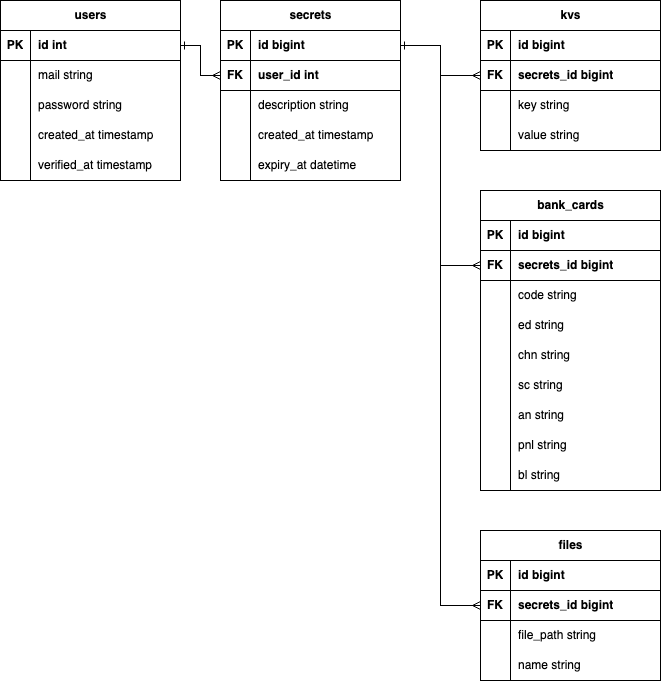
The draw.io diagram docs/images/db-structure.drawio.png in jbakhtin/goph-keeper, before a commit. Source tidied: cells renumbered, new cells last; positions are measured from the earlier drawing's top-left corner, leaving out a move shared by most shapes.
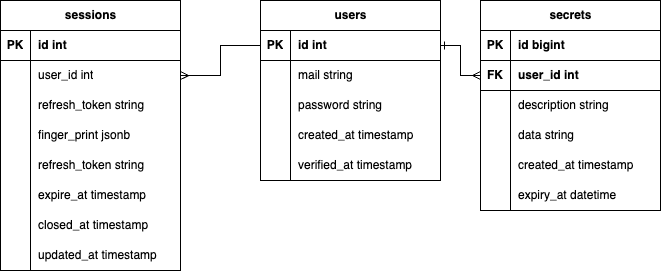
Above is the later version.

What changed in the source:
```diff
@@ -56,3 +56,3 @@
     <mxCell id="19" value="secrets" style="shape=table;startSize=30;rowLines=0;fontStyle=1;align=center;html=1;" parent="1" vertex="1">
-      <mxGeometry x="220" width="180" height="180" as="geometry" />
+      <mxGeometry x="220" width="180" height="210" as="geometry" />
     </mxCell>
@@ -82,7 +82,16 @@
     </mxCell>
-    <mxCell id="28" value="description&amp;nbsp;string" style="shape=partialRectangle;fillColor=none;top=0;left=0;bottom=0;right=0;align=left;spacingLeft=6;overflow=hidden;whiteSpace=wrap;html=1;" parent="26" vertex="1">
+    <mxCell id="28" value="description string" style="shape=partialRectangle;fillColor=none;top=0;left=0;bottom=0;right=0;align=left;spacingLeft=6;overflow=hidden;whiteSpace=wrap;html=1;" parent="26" vertex="1">
       <mxGeometry x="30" width="150" height="30" as="geometry" />
     </mxCell>
+    <mxCell id="92" style="shape=tableRow;horizontal=0;startSize=0;swimlaneHead=0;swimlaneBody=0;fillColor=none;top=0;left=0;right=0;bottom=0;" parent="19" vertex="1">
+      <mxGeometry y="120" width="180" height="30" as="geometry" />
+    </mxCell>
+    <mxCell id="93" style="shape=partialRectangle;fillColor=none;top=0;left=0;bottom=0;right=0;overflow=hidden;whiteSpace=wrap;html=1;" parent="92" vertex="1">
+      <mxGeometry width="30" height="30" as="geometry" />
+    </mxCell>
+    <mxCell id="94" value="data string" style="shape=partialRectangle;fillColor=none;top=0;left=0;bottom=0;right=0;align=left;spacingLeft=6;overflow=hidden;whiteSpace=wrap;html=1;" parent="92" vertex="1">
+      <mxGeometry x="30" width="150" height="30" as="geometry" />
+    </mxCell>
     <mxCell id="29" style="shape=tableRow;horizontal=0;startSize=0;swimlaneHead=0;swimlaneBody=0;fillColor=none;top=0;left=0;right=0;bottom=0;" parent="19" vertex="1">
-      <mxGeometry y="120" width="180" height="30" as="geometry" />
+      <mxGeometry y="150" width="180" height="30" as="geometry" />
     </mxCell>
@@ -95,3 +104,3 @@
     <mxCell id="32" style="shape=tableRow;horizontal=0;startSize=0;swimlaneHead=0;swimlaneBody=0;fillColor=none;top=0;left=0;right=0;bottom=0;" parent="19" vertex="1">
-      <mxGeometry y="150" width="180" height="30" as="geometry" />
+      <mxGeometry y="180" width="180" height="30" as="geometry" />
     </mxCell>
@@ -103,173 +112,80 @@
     </mxCell>
-    <mxCell id="35" value="kvs" style="shape=table;startSize=30;rowLines=0;fontStyle=1;align=center;html=1;" parent="1" vertex="1">
-      <mxGeometry x="480" width="180" height="150" as="geometry" />
-    </mxCell>
-    <mxCell id="36" style="shape=tableRow;horizontal=0;startSize=0;swimlaneHead=0;swimlaneBody=0;fillColor=none;top=0;left=0;right=0;bottom=1;" parent="35" vertex="1">
-      <mxGeometry y="30" width="180" height="30" as="geometry" />
-    </mxCell>
-    <mxCell id="37" value="PK" style="shape=partialRectangle;fillColor=none;top=0;left=0;bottom=0;right=0;fontStyle=1;overflow=hidden;whiteSpace=wrap;html=1;" parent="36" vertex="1">
-      <mxGeometry width="30" height="30" as="geometry" />
-    </mxCell>
-    <mxCell id="38" value="id bigint" style="shape=partialRectangle;fillColor=none;top=0;left=0;bottom=0;right=0;align=left;spacingLeft=6;fontStyle=1;overflow=hidden;whiteSpace=wrap;html=1;strokeColor=default;" parent="36" vertex="1">
-      <mxGeometry x="30" width="150" height="30" as="geometry" />
-    </mxCell>
-    <mxCell id="39" style="shape=tableRow;horizontal=0;startSize=0;swimlaneHead=0;swimlaneBody=0;fillColor=none;points=[[0,0.5],[1,0.5]];portConstraint=eastwest;top=0;left=0;right=0;bottom=1;" parent="35" vertex="1">
-      <mxGeometry y="60" width="180" height="30" as="geometry" />
-    </mxCell>
-    <mxCell id="40" value="FK" style="shape=partialRectangle;fillColor=none;top=0;left=0;bottom=0;right=0;fontStyle=1;overflow=hidden;whiteSpace=wrap;html=1;" parent="39" vertex="1">
-      <mxGeometry width="30" height="30" as="geometry" />
-    </mxCell>
-    <mxCell id="41" value="secrets_id bigint" style="shape=partialRectangle;fillColor=none;top=0;left=0;bottom=0;right=0;align=left;spacingLeft=6;fontStyle=1;overflow=hidden;whiteSpace=wrap;html=1;" parent="39" vertex="1">
-      <mxGeometry x="30" width="150" height="30" as="geometry" />
-    </mxCell>
-    <mxCell id="42" style="shape=tableRow;horizontal=0;startSize=0;swimlaneHead=0;swimlaneBody=0;fillColor=none;top=0;left=0;right=0;bottom=0;" parent="35" vertex="1">
-      <mxGeometry y="90" width="180" height="30" as="geometry" />
-    </mxCell>
-    <mxCell id="43" style="shape=partialRectangle;fillColor=none;top=0;left=0;bottom=0;right=0;overflow=hidden;whiteSpace=wrap;html=1;" parent="42" vertex="1">
-      <mxGeometry width="30" height="30" as="geometry" />
-    </mxCell>
-    <mxCell id="44" value="key string" style="shape=partialRectangle;fillColor=none;top=0;left=0;bottom=0;right=0;align=left;spacingLeft=6;overflow=hidden;whiteSpace=wrap;html=1;" parent="42" vertex="1">
-      <mxGeometry x="30" width="150" height="30" as="geometry" />
-    </mxCell>
-    <mxCell id="45" style="shape=tableRow;horizontal=0;startSize=0;swimlaneHead=0;swimlaneBody=0;fillColor=none;top=0;left=0;right=0;bottom=0;" parent="35" vertex="1">
-      <mxGeometry y="120" width="180" height="30" as="geometry" />
-    </mxCell>
-    <mxCell id="46" style="shape=partialRectangle;fillColor=none;top=0;left=0;bottom=0;right=0;overflow=hidden;whiteSpace=wrap;html=1;" parent="45" vertex="1">
-      <mxGeometry width="30" height="30" as="geometry" />
-    </mxCell>
-    <mxCell id="47" value="value string" style="shape=partialRectangle;fillColor=none;top=0;left=0;bottom=0;right=0;align=left;spacingLeft=6;overflow=hidden;whiteSpace=wrap;html=1;" parent="45" vertex="1">
-      <mxGeometry x="30" width="150" height="30" as="geometry" />
-    </mxCell>
-    <mxCell id="48" value="bank_cards" style="shape=table;startSize=30;rowLines=0;fontStyle=1;align=center;html=1;" parent="1" vertex="1">
-      <mxGeometry x="480" y="190" width="180" height="300" as="geometry" />
-    </mxCell>
-    <mxCell id="49" style="shape=tableRow;horizontal=0;startSize=0;swimlaneHead=0;swimlaneBody=0;fillColor=none;top=0;left=0;right=0;bottom=1;" parent="48" vertex="1">
-      <mxGeometry y="30" width="180" height="30" as="geometry" />
-    </mxCell>
-    <mxCell id="50" value="PK" style="shape=partialRectangle;fillColor=none;top=0;left=0;bottom=0;right=0;fontStyle=1;overflow=hidden;whiteSpace=wrap;html=1;" parent="49" vertex="1">
-      <mxGeometry width="30" height="30" as="geometry" />
-    </mxCell>
-    <mxCell id="51" value="id bigint" style="shape=partialRectangle;fillColor=none;top=0;left=0;bottom=0;right=0;align=left;spacingLeft=6;fontStyle=1;overflow=hidden;whiteSpace=wrap;html=1;strokeColor=default;" parent="49" vertex="1">
-      <mxGeometry x="30" width="150" height="30" as="geometry" />
-    </mxCell>
-    <mxCell id="52" style="shape=tableRow;horizontal=0;startSize=0;swimlaneHead=0;swimlaneBody=0;fillColor=none;points=[[0,0.5],[1,0.5]];portConstraint=eastwest;top=0;left=0;right=0;bottom=1;" parent="48" vertex="1">
-      <mxGeometry y="60" width="180" height="30" as="geometry" />
-    </mxCell>
-    <mxCell id="53" value="FK" style="shape=partialRectangle;fillColor=none;top=0;left=0;bottom=0;right=0;fontStyle=1;overflow=hidden;whiteSpace=wrap;html=1;" parent="52" vertex="1">
-      <mxGeometry width="30" height="30" as="geometry" />
-    </mxCell>
-    <mxCell id="54" value="secrets_id bigint" style="shape=partialRectangle;fillColor=none;top=0;left=0;bottom=0;right=0;align=left;spacingLeft=6;fontStyle=1;overflow=hidden;whiteSpace=wrap;html=1;" parent="52" vertex="1">
-      <mxGeometry x="30" width="150" height="30" as="geometry" />
-    </mxCell>
-    <mxCell id="55" style="shape=tableRow;horizontal=0;startSize=0;swimlaneHead=0;swimlaneBody=0;fillColor=none;top=0;left=0;right=0;bottom=0;" parent="48" vertex="1">
-      <mxGeometry y="90" width="180" height="30" as="geometry" />
-    </mxCell>
-    <mxCell id="56" style="shape=partialRectangle;fillColor=none;top=0;left=0;bottom=0;right=0;overflow=hidden;whiteSpace=wrap;html=1;" parent="55" vertex="1">
-      <mxGeometry width="30" height="30" as="geometry" />
-    </mxCell>
-    <mxCell id="57" value="code&amp;nbsp;string" style="shape=partialRectangle;fillColor=none;top=0;left=0;bottom=0;right=0;align=left;spacingLeft=6;overflow=hidden;whiteSpace=wrap;html=1;" parent="55" vertex="1">
-      <mxGeometry x="30" width="150" height="30" as="geometry" />
-    </mxCell>
-    <mxCell id="58" style="shape=tableRow;horizontal=0;startSize=0;swimlaneHead=0;swimlaneBody=0;fillColor=none;top=0;left=0;right=0;bottom=0;" parent="48" vertex="1">
-      <mxGeometry y="120" width="180" height="30" as="geometry" />
-    </mxCell>
-    <mxCell id="59" style="shape=partialRectangle;fillColor=none;top=0;left=0;bottom=0;right=0;overflow=hidden;whiteSpace=wrap;html=1;" parent="58" vertex="1">
-      <mxGeometry width="30" height="30" as="geometry" />
-    </mxCell>
-    <mxCell id="60" value="ed string" style="shape=partialRectangle;fillColor=none;top=0;left=0;bottom=0;right=0;align=left;spacingLeft=6;overflow=hidden;whiteSpace=wrap;html=1;" parent="58" vertex="1">
-      <mxGeometry x="30" width="150" height="30" as="geometry" />
-    </mxCell>
+    <mxCell id="95" value="sessions" style="shape=table;startSize=30;rowLines=0;fontStyle=1;align=center;html=1;" parent="1" vertex="1">
+      <mxGeometry x="-260" width="180" height="270" as="geometry" />
+    </mxCell>
+    <mxCell id="96" style="shape=tableRow;horizontal=0;startSize=0;swimlaneHead=0;swimlaneBody=0;fillColor=none;top=0;left=0;right=0;bottom=1;" parent="95" vertex="1">
+      <mxGeometry y="30" width="180" height="30" as="geometry" />
+    </mxCell>
+    <mxCell id="97" value="PK" style="shape=partialRectangle;fillColor=none;top=0;left=0;bottom=0;right=0;fontStyle=1;overflow=hidden;whiteSpace=wrap;html=1;" parent="96" vertex="1">
+      <mxGeometry width="30" height="30" as="geometry" />
+    </mxCell>
+    <mxCell id="98" value="id int" style="shape=partialRectangle;fillColor=none;top=0;left=0;bottom=0;right=0;align=left;spacingLeft=6;fontStyle=1;overflow=hidden;whiteSpace=wrap;html=1;" parent="96" vertex="1">
+      <mxGeometry x="30" width="150" height="30" as="geometry" />
+    </mxCell>
+    <mxCell id="99" style="shape=tableRow;horizontal=0;startSize=0;swimlaneHead=0;swimlaneBody=0;fillColor=none;points=[[0,0.5],[1,0.5]];portConstraint=eastwest;top=0;left=0;right=0;bottom=0;" parent="95" vertex="1">
+      <mxGeometry y="60" width="180" height="30" as="geometry" />
+    </mxCell>
+    <mxCell id="100" style="shape=partialRectangle;fillColor=none;top=0;left=0;bottom=0;right=0;overflow=hidden;whiteSpace=wrap;html=1;" parent="99" vertex="1">
+      <mxGeometry width="30" height="30" as="geometry" />
+    </mxCell>
+    <mxCell id="101" value="user_id&amp;nbsp;int" style="shape=partialRectangle;fillColor=none;top=0;left=0;bottom=0;right=0;align=left;spacingLeft=6;overflow=hidden;whiteSpace=wrap;html=1;" parent="99" vertex="1">
+      <mxGeometry x="30" width="150" height="30" as="geometry" />
+    </mxCell>
+    <mxCell id="102" style="shape=tableRow;horizontal=0;startSize=0;swimlaneHead=0;swimlaneBody=0;fillColor=none;top=0;left=0;right=0;bottom=0;" parent="95" vertex="1">
+      <mxGeometry y="90" width="180" height="30" as="geometry" />
+    </mxCell>
+    <mxCell id="103" style="shape=partialRectangle;fillColor=none;top=0;left=0;bottom=0;right=0;overflow=hidden;whiteSpace=wrap;html=1;" parent="102" vertex="1">
+      <mxGeometry width="30" height="30" as="geometry" />
+    </mxCell>
+    <mxCell id="104" value="refresh_token string" style="shape=partialRectangle;fillColor=none;top=0;left=0;bottom=0;right=0;align=left;spacingLeft=6;overflow=hidden;whiteSpace=wrap;html=1;" parent="102" vertex="1">
+      <mxGeometry x="30" width="150" height="30" as="geometry" />
+    </mxCell>
+    <mxCell id="105" style="shape=tableRow;horizontal=0;startSize=0;swimlaneHead=0;swimlaneBody=0;fillColor=none;top=0;left=0;right=0;bottom=0;" parent="95" vertex="1">
+      <mxGeometry y="120" width="180" height="30" as="geometry" />
+    </mxCell>
+    <mxCell id="106" style="shape=partialRectangle;fillColor=none;top=0;left=0;bottom=0;right=0;overflow=hidden;whiteSpace=wrap;html=1;" parent="105" vertex="1">
+      <mxGeometry width="30" height="30" as="geometry" />
+    </mxCell>
+    <mxCell id="107" value="finger_print jsonb" style="shape=partialRectangle;fillColor=none;top=0;left=0;bottom=0;right=0;align=left;spacingLeft=6;overflow=hidden;whiteSpace=wrap;html=1;" parent="105" vertex="1">
+      <mxGeometry x="30" width="150" height="30" as="geometry" />
+    </mxCell>
-    <mxCell id="61" style="shape=tableRow;horizontal=0;startSize=0;swimlaneHead=0;swimlaneBody=0;fillColor=none;top=0;left=0;right=0;bottom=0;" parent="48" vertex="1">
+    <mxCell id="61" style="shape=tableRow;horizontal=0;startSize=0;swimlaneHead=0;swimlaneBody=0;fillColor=none;top=0;left=0;right=0;bottom=0;" parent="95" vertex="1">
       <mxGeometry y="150" width="180" height="30" as="geometry" />
     </mxCell>
-    <mxCell id="62" style="shape=partialRectangle;fillColor=none;top=0;left=0;bottom=0;right=0;overflow=hidden;whiteSpace=wrap;html=1;" parent="61" vertex="1">
-      <mxGeometry width="30" height="30" as="geometry" />
-    </mxCell>
-    <mxCell id="63" value="chn string" style="shape=partialRectangle;fillColor=none;top=0;left=0;bottom=0;right=0;align=left;spacingLeft=6;overflow=hidden;whiteSpace=wrap;html=1;" parent="61" vertex="1">
-      <mxGeometry x="30" width="150" height="30" as="geometry" />
-    </mxCell>
+    <mxCell id="108" style="shape=partialRectangle;fillColor=none;top=0;left=0;bottom=0;right=0;overflow=hidden;whiteSpace=wrap;html=1;" parent="61" vertex="1">
+      <mxGeometry width="30" height="30" as="geometry" />
+    </mxCell>
+    <mxCell id="109" value="refresh_token string" style="shape=partialRectangle;fillColor=none;top=0;left=0;bottom=0;right=0;align=left;spacingLeft=6;overflow=hidden;whiteSpace=wrap;html=1;" parent="61" vertex="1">
+      <mxGeometry x="30" width="150" height="30" as="geometry" />
+    </mxCell>
-    <mxCell id="64" style="shape=tableRow;horizontal=0;startSize=0;swimlaneHead=0;swimlaneBody=0;fillColor=none;top=0;left=0;right=0;bottom=0;" parent="48" vertex="1">
+    <mxCell id="64" style="shape=tableRow;horizontal=0;startSize=0;swimlaneHead=0;swimlaneBody=0;fillColor=none;top=0;left=0;right=0;bottom=0;" parent="95" vertex="1">
       <mxGeometry y="180" width="180" height="30" as="geometry" />
     </mxCell>
-    <mxCell id="65" style="shape=partialRectangle;fillColor=none;top=0;left=0;bottom=0;right=0;overflow=hidden;whiteSpace=wrap;html=1;" parent="64" vertex="1">
-      <mxGeometry width="30" height="30" as="geometry" />
-    </mxCell>
-    <mxCell id="66" value="sc string" style="shape=partialRectangle;fillColor=none;top=0;left=0;bottom=0;right=0;align=left;spacingLeft=6;overflow=hidden;whiteSpace=wrap;html=1;" parent="64" vertex="1">
-      <mxGeometry x="30" width="150" height="30" as="geometry" />
-    </mxCell>
+    <mxCell id="110" style="shape=partialRectangle;fillColor=none;top=0;left=0;bottom=0;right=0;overflow=hidden;whiteSpace=wrap;html=1;" parent="64" vertex="1">
+      <mxGeometry width="30" height="30" as="geometry" />
+    </mxCell>
+    <mxCell id="111" value="expire_at&amp;nbsp;timestamp" style="shape=partialRectangle;fillColor=none;top=0;left=0;bottom=0;right=0;align=left;spacingLeft=6;overflow=hidden;whiteSpace=wrap;html=1;" parent="64" vertex="1">
+      <mxGeometry x="30" width="150" height="30" as="geometry" />
+    </mxCell>
-    <mxCell id="67" style="shape=tableRow;horizontal=0;startSize=0;swimlaneHead=0;swimlaneBody=0;fillColor=none;top=0;left=0;right=0;bottom=0;" parent="48" vertex="1">
+    <mxCell id="67" style="shape=tableRow;horizontal=0;startSize=0;swimlaneHead=0;swimlaneBody=0;fillColor=none;top=0;left=0;right=0;bottom=0;" parent="95" vertex="1">
       <mxGeometry y="210" width="180" height="30" as="geometry" />
     </mxCell>
-    <mxCell id="68" style="shape=partialRectangle;fillColor=none;top=0;left=0;bottom=0;right=0;overflow=hidden;whiteSpace=wrap;html=1;" parent="67" vertex="1">
-      <mxGeometry width="30" height="30" as="geometry" />
-    </mxCell>
-    <mxCell id="69" value="an string" style="shape=partialRectangle;fillColor=none;top=0;left=0;bottom=0;right=0;align=left;spacingLeft=6;overflow=hidden;whiteSpace=wrap;html=1;" parent="67" vertex="1">
-      <mxGeometry x="30" width="150" height="30" as="geometry" />
-    </mxCell>
+    <mxCell id="112" style="shape=partialRectangle;fillColor=none;top=0;left=0;bottom=0;right=0;overflow=hidden;whiteSpace=wrap;html=1;" parent="67" vertex="1">
+      <mxGeometry width="30" height="30" as="geometry" />
+    </mxCell>
+    <mxCell id="113" value="closed_at timestamp" style="shape=partialRectangle;fillColor=none;top=0;left=0;bottom=0;right=0;align=left;spacingLeft=6;overflow=hidden;whiteSpace=wrap;html=1;" parent="67" vertex="1">
+      <mxGeometry x="30" width="150" height="30" as="geometry" />
+    </mxCell>
-    <mxCell id="70" style="shape=tableRow;horizontal=0;startSize=0;swimlaneHead=0;swimlaneBody=0;fillColor=none;top=0;left=0;right=0;bottom=0;" parent="48" vertex="1">
+    <mxCell id="70" style="shape=tableRow;horizontal=0;startSize=0;swimlaneHead=0;swimlaneBody=0;fillColor=none;top=0;left=0;right=0;bottom=0;" parent="95" vertex="1">
       <mxGeometry y="240" width="180" height="30" as="geometry" />
     </mxCell>
-    <mxCell id="71" style="shape=partialRectangle;fillColor=none;top=0;left=0;bottom=0;right=0;overflow=hidden;whiteSpace=wrap;html=1;" parent="70" vertex="1">
-      <mxGeometry width="30" height="30" as="geometry" />
-    </mxCell>
-    <mxCell id="72" value="pnl string" style="shape=partialRectangle;fillColor=none;top=0;left=0;bottom=0;right=0;align=left;spacingLeft=6;overflow=hidden;whiteSpace=wrap;html=1;" parent="70" vertex="1">
-      <mxGeometry x="30" width="150" height="30" as="geometry" />
-    </mxCell>
-    <mxCell id="73" style="shape=tableRow;horizontal=0;startSize=0;swimlaneHead=0;swimlaneBody=0;fillColor=none;top=0;left=0;right=0;bottom=0;" parent="48" vertex="1">
-      <mxGeometry y="270" width="180" height="30" as="geometry" />
-    </mxCell>
-    <mxCell id="74" style="shape=partialRectangle;fillColor=none;top=0;left=0;bottom=0;right=0;overflow=hidden;whiteSpace=wrap;html=1;" parent="73" vertex="1">
-      <mxGeometry width="30" height="30" as="geometry" />
-    </mxCell>
-    <mxCell id="75" value="bl string" style="shape=partialRectangle;fillColor=none;top=0;left=0;bottom=0;right=0;align=left;spacingLeft=6;overflow=hidden;whiteSpace=wrap;html=1;" parent="73" vertex="1">
-      <mxGeometry x="30" width="150" height="30" as="geometry" />
-    </mxCell>
-    <mxCell id="76" value="files" style="shape=table;startSize=30;rowLines=0;fontStyle=1;align=center;html=1;" parent="1" vertex="1">
-      <mxGeometry x="480" y="530" width="180" height="150" as="geometry" />
-    </mxCell>
-    <mxCell id="77" style="shape=tableRow;horizontal=0;startSize=0;swimlaneHead=0;swimlaneBody=0;fillColor=none;top=0;left=0;right=0;bottom=1;" parent="76" vertex="1">
-      <mxGeometry y="30" width="180" height="30" as="geometry" />
-    </mxCell>
-    <mxCell id="78" value="PK" style="shape=partialRectangle;fillColor=none;top=0;left=0;bottom=0;right=0;fontStyle=1;overflow=hidden;whiteSpace=wrap;html=1;" parent="77" vertex="1">
-      <mxGeometry width="30" height="30" as="geometry" />
-    </mxCell>
-    <mxCell id="79" value="id bigint" style="shape=partialRectangle;fillColor=none;top=0;left=0;bottom=0;right=0;align=left;spacingLeft=6;fontStyle=1;overflow=hidden;whiteSpace=wrap;html=1;strokeColor=default;" parent="77" vertex="1">
-      <mxGeometry x="30" width="150" height="30" as="geometry" />
-    </mxCell>
-    <mxCell id="80" style="shape=tableRow;horizontal=0;startSize=0;swimlaneHead=0;swimlaneBody=0;fillColor=none;points=[[0,0.5],[1,0.5]];portConstraint=eastwest;top=0;left=0;right=0;bottom=1;" parent="76" vertex="1">
-      <mxGeometry y="60" width="180" height="30" as="geometry" />
-    </mxCell>
-    <mxCell id="81" value="FK" style="shape=partialRectangle;fillColor=none;top=0;left=0;bottom=0;right=0;fontStyle=1;overflow=hidden;whiteSpace=wrap;html=1;" parent="80" vertex="1">
-      <mxGeometry width="30" height="30" as="geometry" />
-    </mxCell>
-    <mxCell id="82" value="secrets_id bigint" style="shape=partialRectangle;fillColor=none;top=0;left=0;bottom=0;right=0;align=left;spacingLeft=6;fontStyle=1;overflow=hidden;whiteSpace=wrap;html=1;" parent="80" vertex="1">
-      <mxGeometry x="30" width="150" height="30" as="geometry" />
-    </mxCell>
-    <mxCell id="83" style="shape=tableRow;horizontal=0;startSize=0;swimlaneHead=0;swimlaneBody=0;fillColor=none;top=0;left=0;right=0;bottom=0;" parent="76" vertex="1">
-      <mxGeometry y="90" width="180" height="30" as="geometry" />
-    </mxCell>
-    <mxCell id="84" style="shape=partialRectangle;fillColor=none;top=0;left=0;bottom=0;right=0;overflow=hidden;whiteSpace=wrap;html=1;" parent="83" vertex="1">
-      <mxGeometry width="30" height="30" as="geometry" />
-    </mxCell>
-    <mxCell id="85" value="file_path string" style="shape=partialRectangle;fillColor=none;top=0;left=0;bottom=0;right=0;align=left;spacingLeft=6;overflow=hidden;whiteSpace=wrap;html=1;" parent="83" vertex="1">
-      <mxGeometry x="30" width="150" height="30" as="geometry" />
-    </mxCell>
-    <mxCell id="86" style="shape=tableRow;horizontal=0;startSize=0;swimlaneHead=0;swimlaneBody=0;fillColor=none;top=0;left=0;right=0;bottom=0;" parent="76" vertex="1">
-      <mxGeometry y="120" width="180" height="30" as="geometry" />
-    </mxCell>
-    <mxCell id="87" style="shape=partialRectangle;fillColor=none;top=0;left=0;bottom=0;right=0;overflow=hidden;whiteSpace=wrap;html=1;" parent="86" vertex="1">
-      <mxGeometry width="30" height="30" as="geometry" />
-    </mxCell>
-    <mxCell id="88" value="name string" style="shape=partialRectangle;fillColor=none;top=0;left=0;bottom=0;right=0;align=left;spacingLeft=6;overflow=hidden;whiteSpace=wrap;html=1;" parent="86" vertex="1">
-      <mxGeometry x="30" width="150" height="30" as="geometry" />
-    </mxCell>
-    <mxCell id="89" style="edgeStyle=orthogonalEdgeStyle;rounded=0;jettySize=auto;html=1;entryX=0;entryY=0.5;entryDx=0;entryDy=0;startArrow=ERone;startFill=0;endArrow=ERmany;endFill=0;exitX=1;exitY=0.5;exitDx=0;exitDy=0;" parent="1" edge="1" source="20" target="39">
-      <mxGeometry relative="1" as="geometry" />
-    </mxCell>
-    <mxCell id="90" style="edgeStyle=orthogonalEdgeStyle;rounded=0;jettySize=auto;html=1;exitX=1;exitY=0.5;exitDx=0;exitDy=0;entryX=0;entryY=0.5;entryDx=0;entryDy=0;startArrow=ERone;startFill=0;endArrow=ERmany;endFill=0;" parent="1" edge="1" source="20" target="52">
-      <mxGeometry relative="1" as="geometry" />
-    </mxCell>
-    <mxCell id="91" style="edgeStyle=orthogonalEdgeStyle;rounded=0;jettySize=auto;html=1;exitX=1;exitY=0.5;exitDx=0;exitDy=0;startArrow=ERone;startFill=0;endArrow=ERmany;endFill=0;" parent="1" edge="1" source="20" target="80">
-      <mxGeometry relative="1" as="geometry" />
-    </mxCell>
+    <mxCell id="114" style="shape=partialRectangle;fillColor=none;top=0;left=0;bottom=0;right=0;overflow=hidden;whiteSpace=wrap;html=1;" parent="70" vertex="1">
+      <mxGeometry width="30" height="30" as="geometry" />
+    </mxCell>
+    <mxCell id="115" value="updated_at timestamp" style="shape=partialRectangle;fillColor=none;top=0;left=0;bottom=0;right=0;align=left;spacingLeft=6;overflow=hidden;whiteSpace=wrap;html=1;" parent="70" vertex="1">
+      <mxGeometry x="30" width="150" height="30" as="geometry" />
+    </mxCell>
+    <mxCell id="116" style="edgeStyle=orthogonalEdgeStyle;rounded=0;jettySize=auto;html=1;entryX=1;entryY=0.5;entryDx=0;entryDy=0;endArrow=ERmany;endFill=0;" parent="1" edge="1" source="4" target="99">
+      <mxGeometry relative="1" as="geometry" />
+    </mxCell>
   </root>
```
